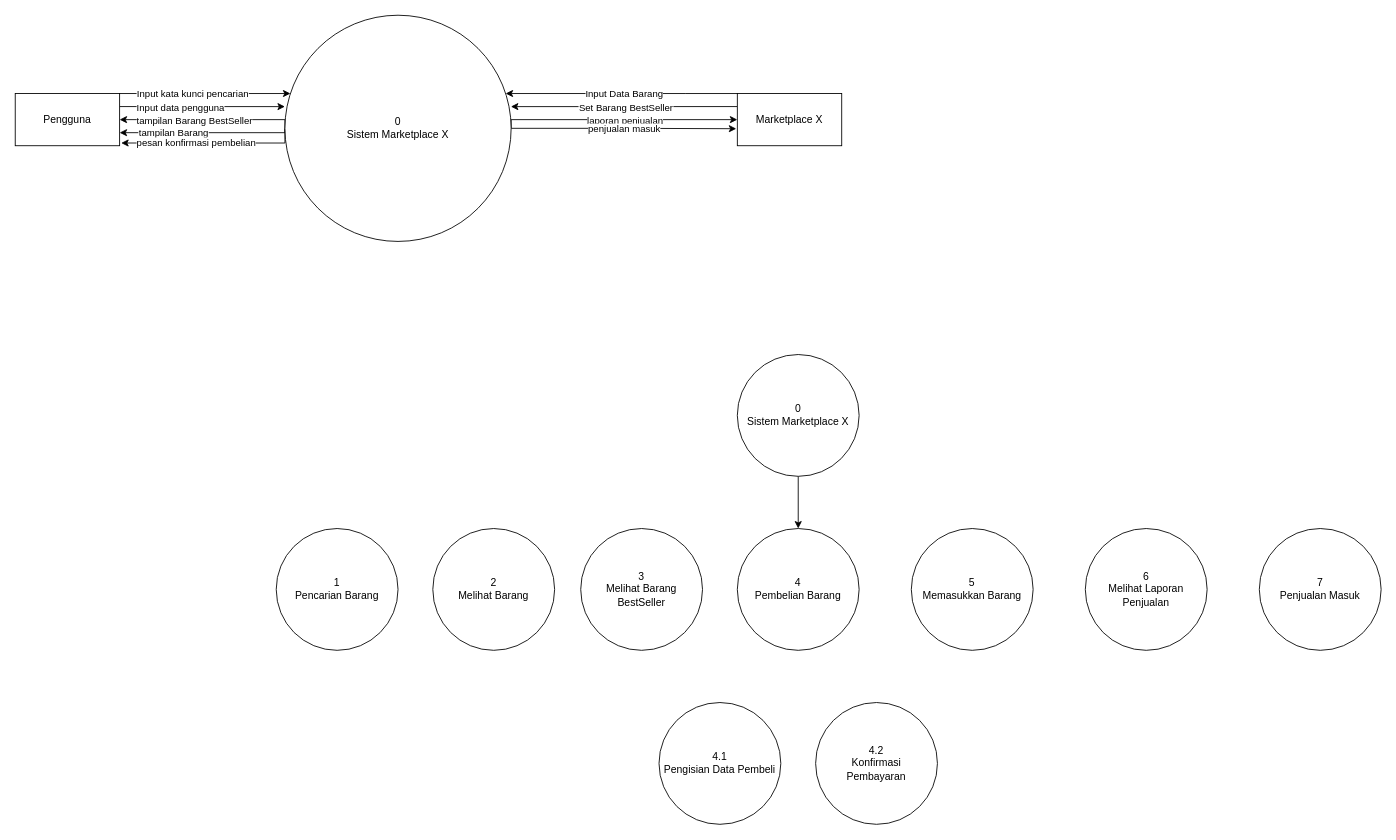
The draw.io diagram praktikum1/dfd_prak_5.drawio in attaf-riski/praktikum-pbo, before the edit. Source tidied: cells renumbered, new cells numbered last; positions are measured from the earlier drawing's top-left corner, leaving out a move shared by most shapes. Both pictures are drawn from the tidied source at 87%, with x=0, y=0 at pixel (15, 15).
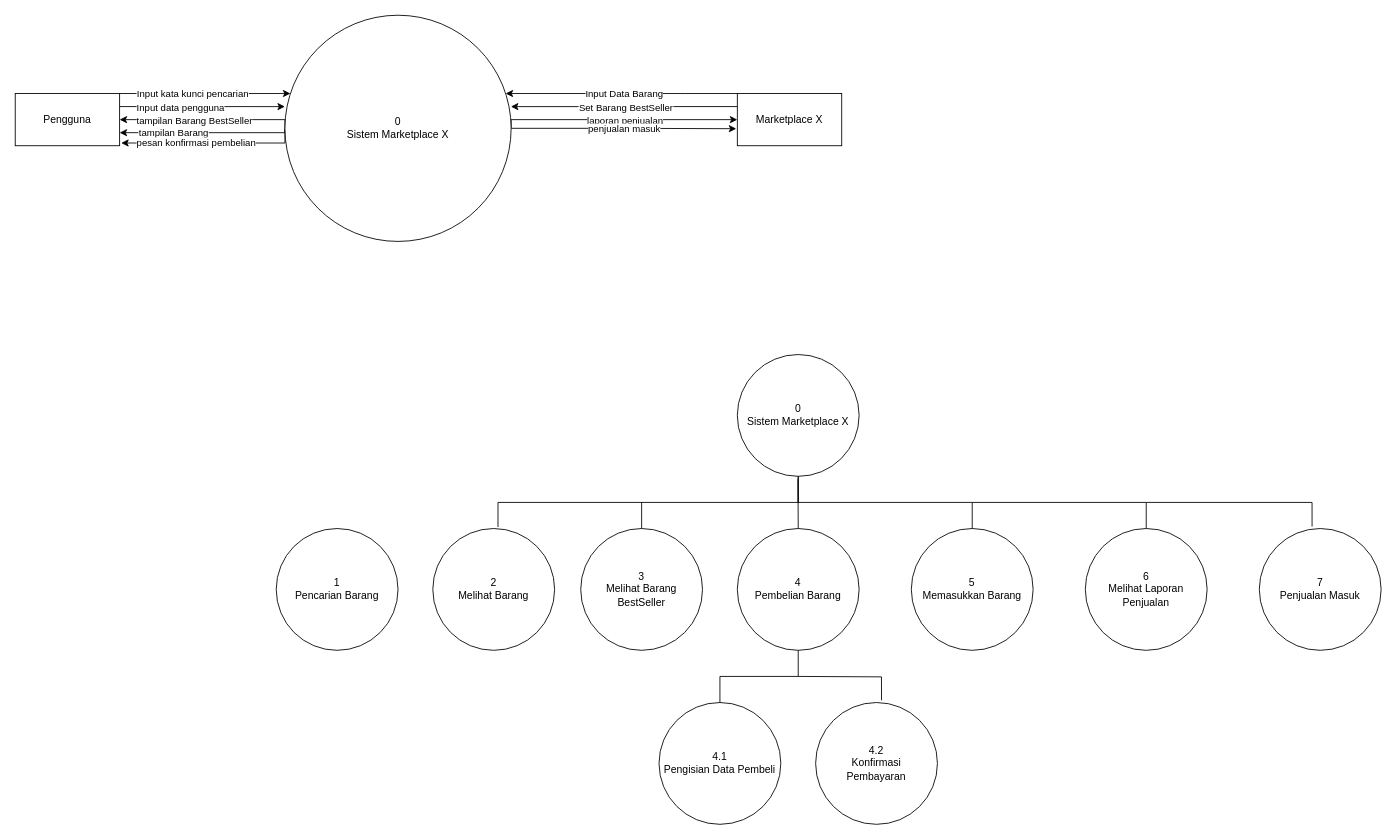
After the change.

Unchanged cells that the change refers to:
```xml
<mxCell id="24" value="&lt;div&gt;0&lt;br&gt;&lt;/div&gt;&lt;div&gt;Sistem Marketplace X&lt;/div&gt;" style="ellipse;whiteSpace=wrap;html=1;" parent="1" vertex="1">
  <mxGeometry x="830" y="390" width="140" height="140" as="geometry" />
</mxCell>
<mxCell id="26" value="&lt;div&gt;3&lt;br&gt;&lt;/div&gt;&lt;div&gt;Melihat Barang BestSeller&lt;br&gt;&lt;/div&gt;" style="ellipse;whiteSpace=wrap;html=1;" parent="1" vertex="1">
  <mxGeometry x="650" y="590" width="140" height="140" as="geometry" />
</mxCell>
<mxCell id="27" value="&lt;div&gt;5&lt;br&gt;&lt;/div&gt;&lt;div&gt;Memasukkan Barang&lt;br&gt;&lt;/div&gt;" style="ellipse;whiteSpace=wrap;html=1;" parent="1" vertex="1">
  <mxGeometry x="1030" y="590" width="140" height="140" as="geometry" />
</mxCell>
<mxCell id="28" value="&lt;div&gt;6&lt;br&gt;&lt;/div&gt;&lt;div&gt;Melihat Laporan Penjualan&lt;/div&gt;" style="ellipse;whiteSpace=wrap;html=1;" parent="1" vertex="1">
  <mxGeometry x="1230" y="590" width="140" height="140" as="geometry" />
</mxCell>
<mxCell id="29" value="&lt;div&gt;7&lt;br&gt;&lt;/div&gt;&lt;div&gt;Penjualan Masuk&lt;br&gt;&lt;/div&gt;" style="ellipse;whiteSpace=wrap;html=1;" parent="1" vertex="1">
  <mxGeometry x="1430" y="590" width="140" height="140" as="geometry" />
</mxCell>
<mxCell id="30" value="&lt;div&gt;4&lt;br&gt;&lt;/div&gt;&lt;div&gt;Pembelian Barang&lt;br&gt;&lt;/div&gt;" style="ellipse;whiteSpace=wrap;html=1;" parent="1" vertex="1">
  <mxGeometry x="830" y="590" width="140" height="140" as="geometry" />
</mxCell>
<mxCell id="31" value="&lt;div&gt;2&lt;br&gt;&lt;/div&gt;&lt;div&gt;Melihat Barang&lt;br&gt;&lt;/div&gt;" style="ellipse;whiteSpace=wrap;html=1;" parent="1" vertex="1">
  <mxGeometry x="480" y="590" width="140" height="140" as="geometry" />
</mxCell>
<mxCell id="32" value="&lt;div&gt;4.1&lt;br&gt;&lt;/div&gt;&lt;div&gt;Pengisian Data Pembeli&lt;br&gt;&lt;/div&gt;" style="ellipse;whiteSpace=wrap;html=1;" parent="1" vertex="1">
  <mxGeometry x="740" y="790" width="140" height="140" as="geometry" />
</mxCell>
<mxCell id="33" value="&lt;div&gt;4.2&lt;/div&gt;&lt;div&gt;Konfirmasi &lt;br&gt;&lt;/div&gt;&lt;div&gt;Pembayaran&lt;br&gt;&lt;/div&gt;" style="ellipse;whiteSpace=wrap;html=1;" parent="1" vertex="1">
  <mxGeometry x="920" y="790" width="140" height="140" as="geometry" />
</mxCell>
```

What changed in the source:
```diff
@@
-    <mxCell id="23" style="edgeStyle=orthogonalEdgeStyle;rounded=0;jettySize=auto;html=1;exitX=0.5;exitY=1;exitDx=0;exitDy=0;" parent="1" edge="1" source="24" target="30">
-      <mxGeometry relative="1" as="geometry" />
-    </mxCell>
@@
+    <mxCell id="34" style="endArrow=none;html=1;rounded=0;entryX=0.498;entryY=1.024;entryDx=0;entryDy=0;entryPerimeter=0;exitX=0.5;exitY=0;exitDx=0;exitDy=0;" parent="1" edge="1" source="30" target="24">
+      <mxGeometry relative="1" as="geometry" />
+    </mxCell>
+    <mxCell id="35" style="endArrow=none;html=1;rounded=0;exitX=0.535;exitY=-0.012;exitDx=0;exitDy=0;exitPerimeter=0;entryX=0.5;entryY=1;entryDx=0;entryDy=0;edgeStyle=orthogonalEdgeStyle;" parent="1" edge="1" source="31" target="24">
+      <mxGeometry relative="1" as="geometry">
+        <Array as="points">
+          <mxPoint x="555" y="560" />
+          <mxPoint x="900" y="560" />
+        </Array>
+      </mxGeometry>
+    </mxCell>
+    <mxCell id="36" style="endArrow=none;html=1;rounded=0;exitX=0.5;exitY=0;exitDx=0;exitDy=0;" parent="1" edge="1" source="26">
+      <mxGeometry relative="1" as="geometry">
+        <mxPoint x="720" y="560" as="targetPoint" />
+      </mxGeometry>
+    </mxCell>
+    <mxCell id="37" style="endArrow=none;html=1;rounded=0;exitX=0.5;exitY=0;exitDx=0;exitDy=0;entryX=0.5;entryY=1;entryDx=0;entryDy=0;edgeStyle=orthogonalEdgeStyle;" parent="1" edge="1" source="27" target="24">
+      <mxGeometry relative="1" as="geometry">
+        <Array as="points">
+          <mxPoint x="1100" y="560" />
+          <mxPoint x="900" y="560" />
+        </Array>
+      </mxGeometry>
+    </mxCell>
+    <mxCell id="38" style="endArrow=none;html=1;rounded=0;edgeStyle=orthogonalEdgeStyle;" parent="1" edge="1" source="28">
+      <mxGeometry relative="1" as="geometry">
+        <mxPoint x="1100" y="560" as="targetPoint" />
+        <Array as="points">
+          <mxPoint x="1300" y="560" />
+        </Array>
+      </mxGeometry>
+    </mxCell>
+    <mxCell id="39" style="endArrow=none;html=1;rounded=0;exitX=0.433;exitY=-0.016;exitDx=0;exitDy=0;exitPerimeter=0;edgeStyle=orthogonalEdgeStyle;" parent="1" edge="1" source="29">
+      <mxGeometry relative="1" as="geometry">
+        <mxPoint x="1300" y="560" as="targetPoint" />
+        <Array as="points">
+          <mxPoint x="1491" y="560" />
+        </Array>
+      </mxGeometry>
+    </mxCell>
+    <mxCell id="40" style="endArrow=none;html=1;rounded=0;exitX=0.5;exitY=0;exitDx=0;exitDy=0;entryX=0.5;entryY=1;entryDx=0;entryDy=0;edgeStyle=orthogonalEdgeStyle;" parent="1" edge="1" source="32" target="30">
+      <mxGeometry relative="1" as="geometry" />
+    </mxCell>
+    <mxCell id="41" style="endArrow=none;html=1;rounded=0;entryX=0.541;entryY=-0.018;entryDx=0;entryDy=0;entryPerimeter=0;edgeStyle=orthogonalEdgeStyle;" parent="1" edge="1" target="33">
+      <mxGeometry relative="1" as="geometry">
+        <mxPoint x="900" y="760" as="sourcePoint" />
+      </mxGeometry>
+    </mxCell>
```
